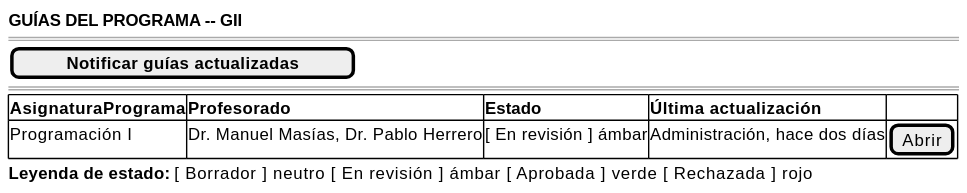
This is images/RUP/01-requisitos/03-detalle-casos-uso/consultarEstadoGuias/wireframe.svg from mmasias/pyCeldaPublico, a PlantUML export, as it was before one commit. The source it was exported from:
```plantuml
@startsalt consultarEstadoGuias-wireframe
{
    <b>GUÍAS DEL PROGRAMA -- GII</b>
    ====
    [ <b>Notificar guías actualizadas</b> ]
    ====
    {#
        <b>AsignaturaPrograma | <b>Profesorado | <b>Estado | <b>Última actualización | .
        Programación I | Dr. Manuel Masías, Dr. Pablo Herrero | [ En revisión ] ámbar | Administración, hace dos días | [Abrir]
    }
    <b>Leyenda de estado:</b> [ Borrador ] neutro   [ En revisión ] ámbar   [ Aprobada ] verde   [ Rechazada ] rojo
}
@endsalt
```
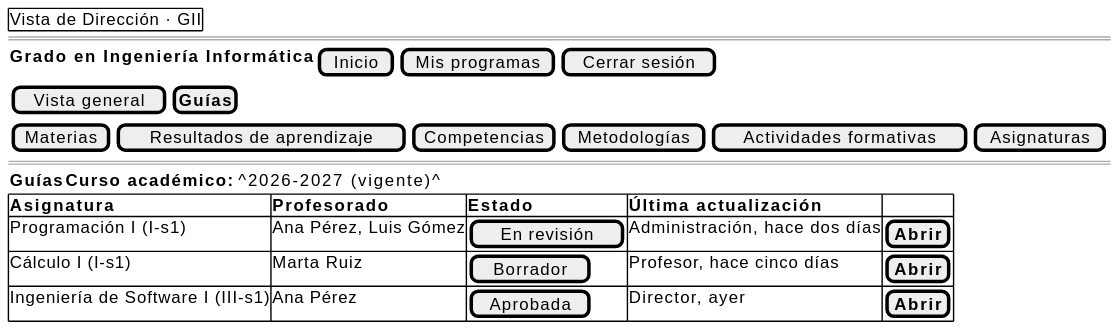
Above is the later version.

Diff of the diagram source:
```diff
@@ -1,13 +1,17 @@
 @startsalt consultarEstadoGuias-wireframe
 {
-    <b>GUÍAS DEL PROGRAMA -- GII</b>
+    {+ Vista de Dirección · GII }
     ====
-    [ <b>Notificar guías actualizadas</b> ]
+    {<b>Grado en Ingeniería Informática</b> | [Inicio] | [Mis programas] | [Cerrar sesión]}
+    {[Vista general] | [<b>Guías</b>]}
+    {[Materias] | [Resultados de aprendizaje] | [Competencias] | [Metodologías] | [Actividades formativas] | [Asignaturas]}
     ====
+    {<b>Guías</b> | <b>Curso académico:</b> ^2026-2027 (vigente)^}
     {#
-        <b>AsignaturaPrograma | <b>Profesorado | <b>Estado | <b>Última actualización | .
-        Programación I | Dr. Manuel Masías, Dr. Pablo Herrero | [ En revisión ] ámbar | Administración, hace dos días | [Abrir]
+        <b>Asignatura</b> | <b>Profesorado</b> | <b>Estado</b> | <b>Última actualización</b> | .
+        Programación I (I-s1) | Ana Pérez, Luis Gómez | [ En revisión ] | Administración, hace dos días | [<b>Abrir</b>]
+        Cálculo I (I-s1) | Marta Ruiz | [ Borrador ] | Profesor, hace cinco días | [<b>Abrir</b>]
+        Ingeniería de Software I (III-s1) | Ana Pérez | [ Aprobada ] | Director, ayer | [<b>Abrir</b>]
     }
-    <b>Leyenda de estado:</b> [ Borrador ] neutro   [ En revisión ] ámbar   [ Aprobada ] verde   [ Rechazada ] rojo
 }
 @endsalt
```
